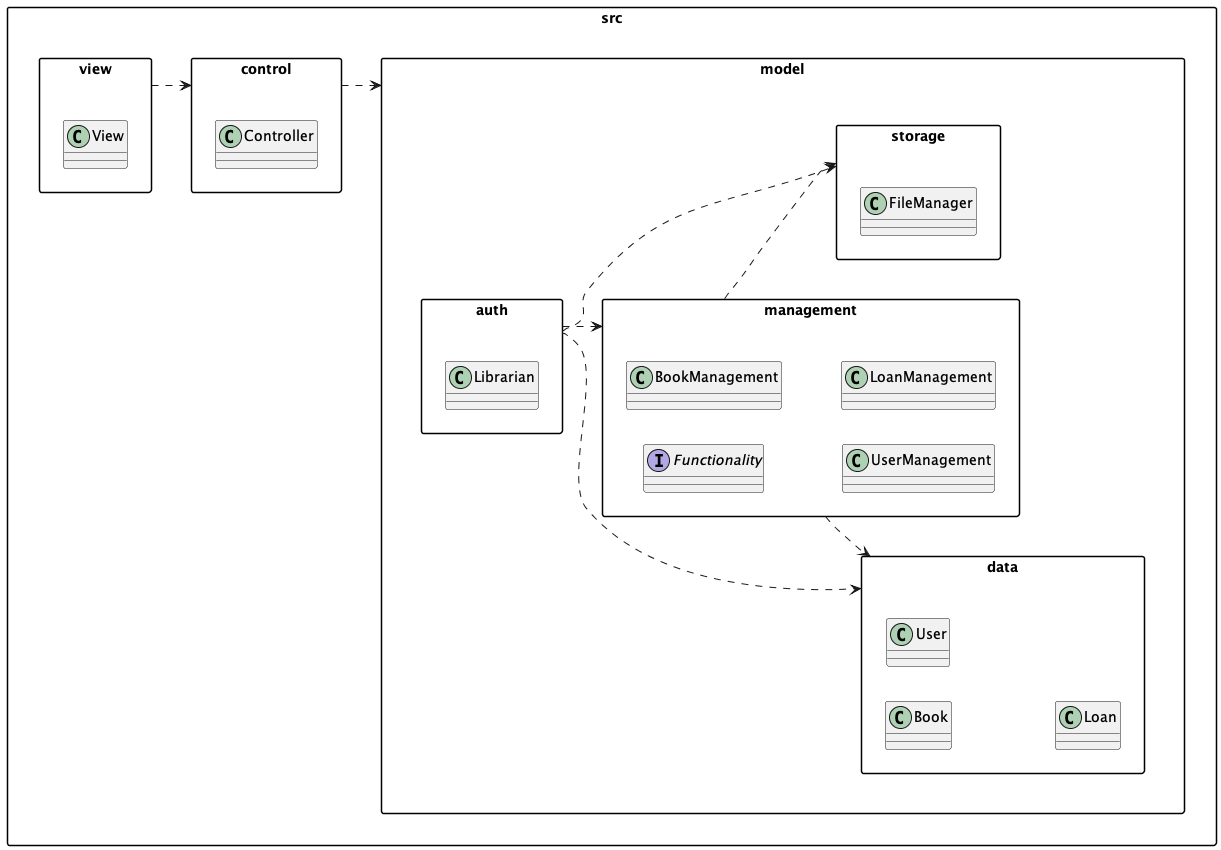
Above: gruppo14BibliotecaUniversitaria/uml/PackageDiagram.png in brunooliva7/Project-Ingegneria-del-Software14 (PlantUML), before the change.
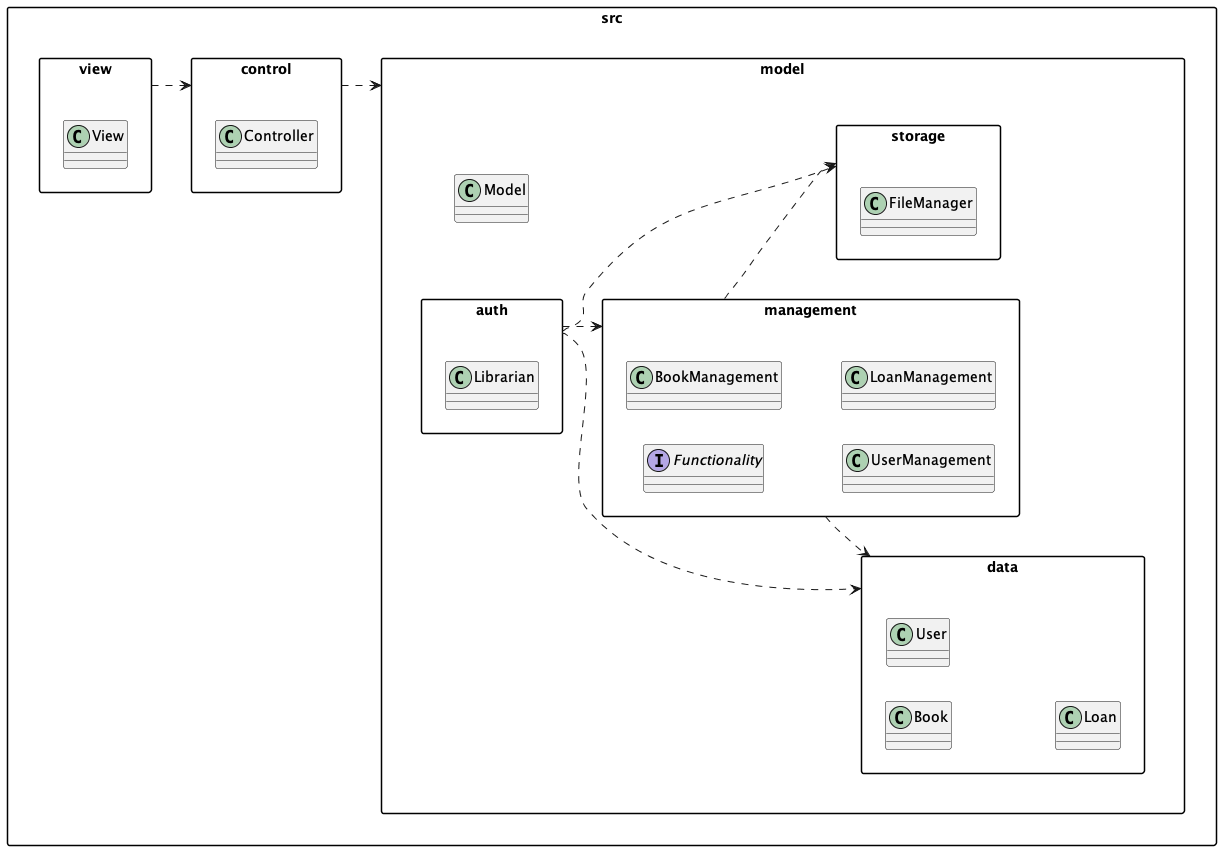
After the change.

Diff of the diagram source:
```diff
@@ -25,7 +25,9 @@
     package "storage" {
       class FileManager
     }
-  }
+
+    class Model
+}
 
   package "view" {
     class View
```
